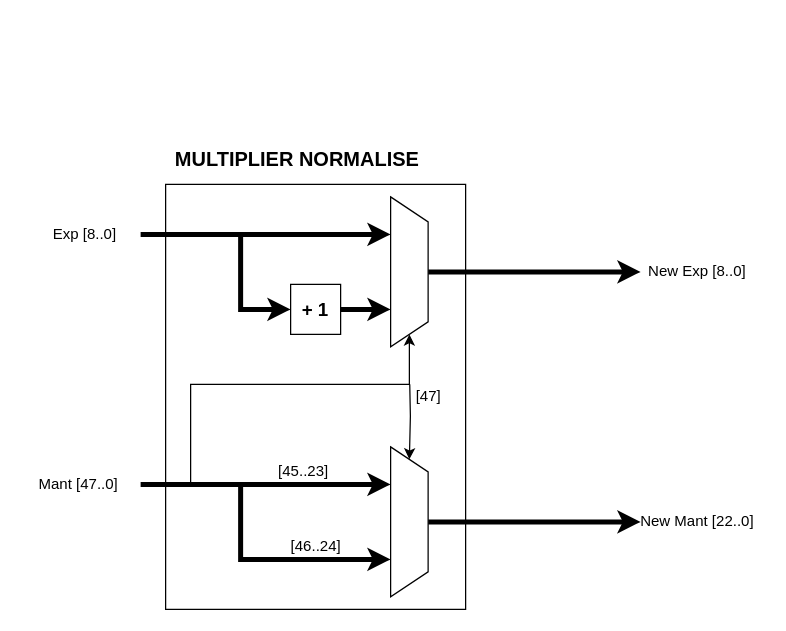
The draw.io diagram page "Multiplier Normalise" (9 of 15) of Diagrams/Floating-point.drawio in hohaicongthuan/Project-2, before the edit. Source tidied: cells renumbered, new cells numbered last; positions are measured from the earlier drawing's top-left corner, leaving out a move shared by most shapes. Both pictures are drawn from the tidied source at 125%, with x=0, y=0 at pixel (28, 146).
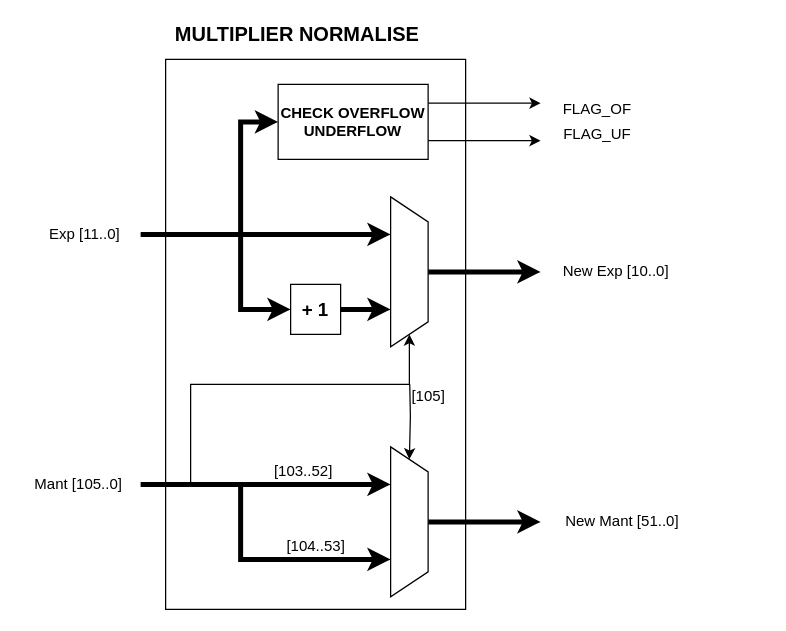
The same page after the edit.

Unchanged cells that the change refers to:
```xml
<mxCell id="9" style="shape=trapezoid;perimeter=trapezoidPerimeter;whiteSpace=wrap;html=1;fixedSize=1;strokeColor=default;fillColor=default;direction=south;" parent="1" vertex="1">
  <mxGeometry x="290" y="40" width="30" height="120" as="geometry" />
</mxCell>
<mxCell id="15" style="shape=trapezoid;perimeter=trapezoidPerimeter;whiteSpace=wrap;html=1;fixedSize=1;strokeColor=default;fillColor=default;direction=south;" parent="1" vertex="1">
  <mxGeometry x="290" y="240" width="30" height="120" as="geometry" />
</mxCell>
```

What changed in the source:
```diff
@@
     <mxCell id="2" style="rounded=0;whiteSpace=wrap;html=1;strokeColor=default;fillColor=default;" parent="1" vertex="1">
-      <mxGeometry x="110" y="30" width="240" height="340" as="geometry" />
+      <mxGeometry x="110" y="-70" width="240" height="440" as="geometry" />
     </mxCell>
@@
-    <mxCell id="4" value="Mant [47..0]" style="text;html=1;align=center;verticalAlign=middle;strokeColor=none;fillColor=none;" parent="1" vertex="1">
-      <mxGeometry y="260" width="80" height="20" as="geometry" />
+    <mxCell id="4" value="Mant [105..0]" style="text;html=1;align=center;verticalAlign=middle;strokeColor=none;fillColor=none;" parent="1" vertex="1">
+      <mxGeometry x="-5" y="260" width="90" height="20" as="geometry" />
     </mxCell>
@@
-    <mxCell id="6" value="Exp [8..0]" style="text;html=1;align=center;verticalAlign=middle;strokeColor=none;fillColor=none;" parent="1" vertex="1">
+    <mxCell id="6" value="Exp [11..0]" style="text;html=1;align=center;verticalAlign=middle;strokeColor=none;fillColor=none;" parent="1" vertex="1">
       <mxGeometry x="10" y="60" width="70" height="20" as="geometry" />
     </mxCell>
@@
     <mxCell id="8" style="edgeStyle=orthogonalEdgeStyle;rounded=0;jettySize=auto;html=1;exitX=0.5;exitY=0;exitDx=0;exitDy=0;endArrow=classic;endFill=1;strokeWidth=4;" parent="1" edge="1" source="9">
       <mxGeometry relative="1" as="geometry">
-        <mxPoint x="490" y="100" as="targetPoint" />
+        <mxPoint x="410" y="100" as="targetPoint" />
       </mxGeometry>
     </mxCell>
@@
     <mxCell id="14" style="edgeStyle=orthogonalEdgeStyle;rounded=0;jettySize=auto;html=1;exitX=0.5;exitY=0;exitDx=0;exitDy=0;endArrow=classic;endFill=1;strokeWidth=4;" parent="1" edge="1" source="15">
       <mxGeometry relative="1" as="geometry">
-        <mxPoint x="490" y="300" as="targetPoint" />
+        <mxPoint x="410" y="300" as="targetPoint" />
       </mxGeometry>
     </mxCell>
@@
-    <mxCell id="17" value="[47]" style="text;html=1;align=center;verticalAlign=middle;strokeColor=none;fillColor=none;" parent="1" vertex="1">
+    <mxCell id="17" value="[105]" style="text;html=1;align=center;verticalAlign=middle;strokeColor=none;fillColor=none;" parent="1" vertex="1">
       <mxGeometry x="300" y="190" width="40" height="20" as="geometry" />
     </mxCell>
-    <mxCell id="18" value="New Exp [8..0]" style="text;html=1;align=center;verticalAlign=middle;strokeColor=none;fillColor=none;" parent="1" vertex="1">
-      <mxGeometry x="490" y="90" width="90" height="20" as="geometry" />
+    <mxCell id="18" value="New Exp [10..0]" style="text;html=1;align=center;verticalAlign=middle;strokeColor=none;fillColor=none;" parent="1" vertex="1">
+      <mxGeometry x="420" y="90" width="100" height="20" as="geometry" />
     </mxCell>
-    <mxCell id="19" value="New Mant [22..0]" style="text;html=1;align=center;verticalAlign=middle;strokeColor=none;fillColor=none;" parent="1" vertex="1">
-      <mxGeometry x="480" y="290" width="110" height="20" as="geometry" />
+    <mxCell id="19" value="New Mant [51..0]" style="text;html=1;align=center;verticalAlign=middle;strokeColor=none;fillColor=none;" parent="1" vertex="1">
+      <mxGeometry x="420" y="290" width="110" height="20" as="geometry" />
     </mxCell>
-    <mxCell id="20" value="[45..23]" style="text;html=1;align=center;verticalAlign=middle;strokeColor=none;fillColor=none;" parent="1" vertex="1">
+    <mxCell id="20" value="[103..52]" style="text;html=1;align=center;verticalAlign=middle;strokeColor=none;fillColor=none;" parent="1" vertex="1">
       <mxGeometry x="190" y="250" width="60" height="20" as="geometry" />
     </mxCell>
-    <mxCell id="21" value="[46..24]" style="text;html=1;align=center;verticalAlign=middle;strokeColor=none;fillColor=none;" parent="1" vertex="1">
+    <mxCell id="21" value="[104..53]" style="text;html=1;align=center;verticalAlign=middle;strokeColor=none;fillColor=none;" parent="1" vertex="1">
       <mxGeometry x="200" y="310" width="60" height="20" as="geometry" />
     </mxCell>
     <mxCell id="22" value="&lt;b&gt;&lt;font style=&quot;font-size: 16px&quot;&gt;MULTIPLIER NORMALISE&lt;/font&gt;&lt;/b&gt;" style="text;html=1;align=center;verticalAlign=middle;strokeColor=none;fillColor=none;" parent="1" vertex="1">
-      <mxGeometry x="110" width="210" height="20" as="geometry" />
+      <mxGeometry x="110" y="-100" width="210" height="20" as="geometry" />
     </mxCell>
+    <mxCell id="23" style="edgeStyle=orthogonalEdgeStyle;rounded=0;jettySize=auto;html=1;exitX=0;exitY=0.5;exitDx=0;exitDy=0;endArrow=classic;endFill=1;strokeWidth=4;entryX=0;entryY=0.5;entryDx=0;entryDy=0;" parent="1" edge="1" target="26">
+      <mxGeometry relative="1" as="geometry">
+        <mxPoint x="170" y="70" as="sourcePoint" />
+        <Array as="points">
+          <mxPoint x="170" y="-20" />
+        </Array>
+      </mxGeometry>
+    </mxCell>
+    <mxCell id="24" style="edgeStyle=orthogonalEdgeStyle;rounded=0;jettySize=auto;html=1;exitX=1;exitY=0.25;exitDx=0;exitDy=0;endArrow=classic;endFill=1;strokeWidth=1;" parent="1" edge="1" source="26">
+      <mxGeometry relative="1" as="geometry">
+        <mxPoint x="410" y="-35" as="targetPoint" />
+      </mxGeometry>
+    </mxCell>
+    <mxCell id="25" style="edgeStyle=orthogonalEdgeStyle;rounded=0;jettySize=auto;html=1;exitX=1;exitY=0.75;exitDx=0;exitDy=0;endArrow=classic;endFill=1;strokeWidth=1;" parent="1" edge="1" source="26">
+      <mxGeometry relative="1" as="geometry">
+        <mxPoint x="410" y="-5" as="targetPoint" />
+      </mxGeometry>
+    </mxCell>
+    <mxCell id="26" value="&lt;b&gt;CHECK OVERFLOW UNDERFLOW&lt;/b&gt;" style="whiteSpace=wrap;html=1;fillColor=#FFFFFF;" parent="1" vertex="1">
+      <mxGeometry x="200" y="-50" width="120" height="60" as="geometry" />
+    </mxCell>
+    <mxCell id="27" value="FLAG_OF" style="text;html=1;align=center;verticalAlign=middle;strokeColor=none;fillColor=none;" parent="1" vertex="1">
+      <mxGeometry x="420" y="-40" width="70" height="20" as="geometry" />
+    </mxCell>
+    <mxCell id="28" value="FLAG_UF" style="text;html=1;align=center;verticalAlign=middle;strokeColor=none;fillColor=none;" parent="1" vertex="1">
+      <mxGeometry x="420" y="-20" width="70" height="20" as="geometry" />
+    </mxCell>
```
